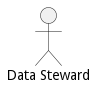
This is docs/actors/datasteward/UseCase.png from madajaju/edgemere, a PlantUML export, as it was before one commit. Source of this version:
```plantuml
@startuml

left to right direction


Actor "Data Steward" as DataSteward



@enduml
```
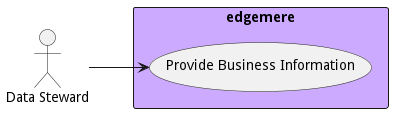
The same diagram one commit later.

Diff of the diagram source:
```diff
@@ -6,5 +6,11 @@
 Actor "Data Steward" as DataSteward
 
 
+rectangle "edgemere" as edgemere #ccaaff {
+        usecase "Provide Business Information" as ProvideBusinessInformation
+    DataSteward --> ProvideBusinessInformation
+
+}
+
 
 @enduml
```
